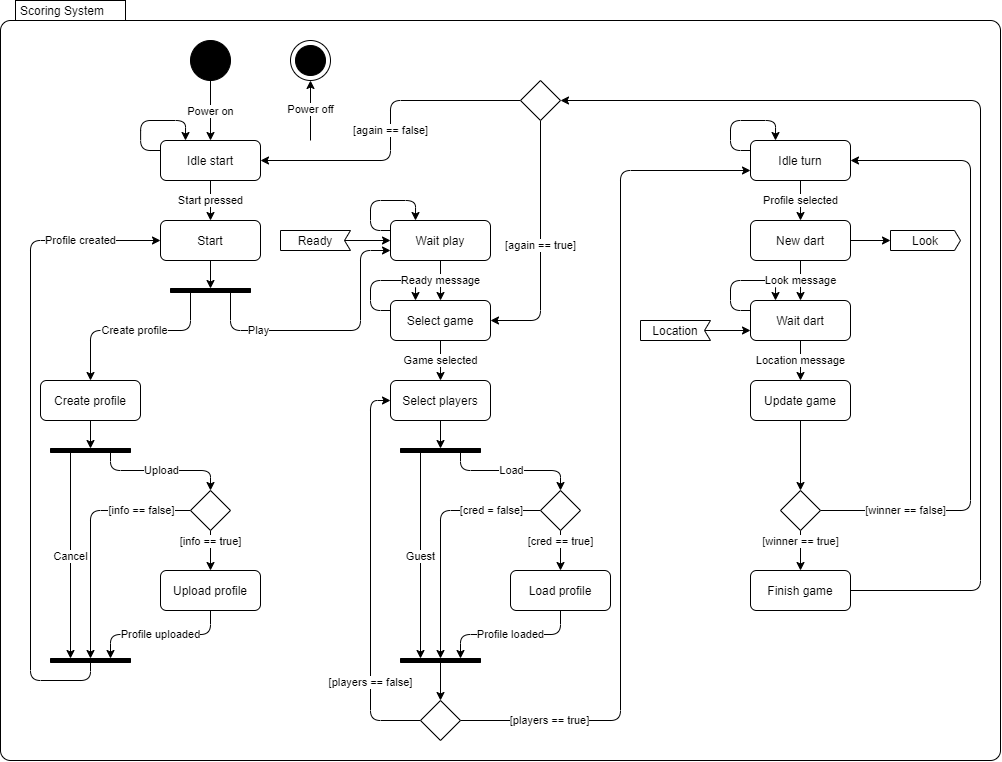
The draw.io diagram scoring/documentation/Scoring_System_State_Diagram.png in kparlak/dart-scoring-system, before a commit. Source tidied: cells renumbered, new cells last; positions are measured from the earlier drawing's top-left corner, leaving out a move shared by most shapes.
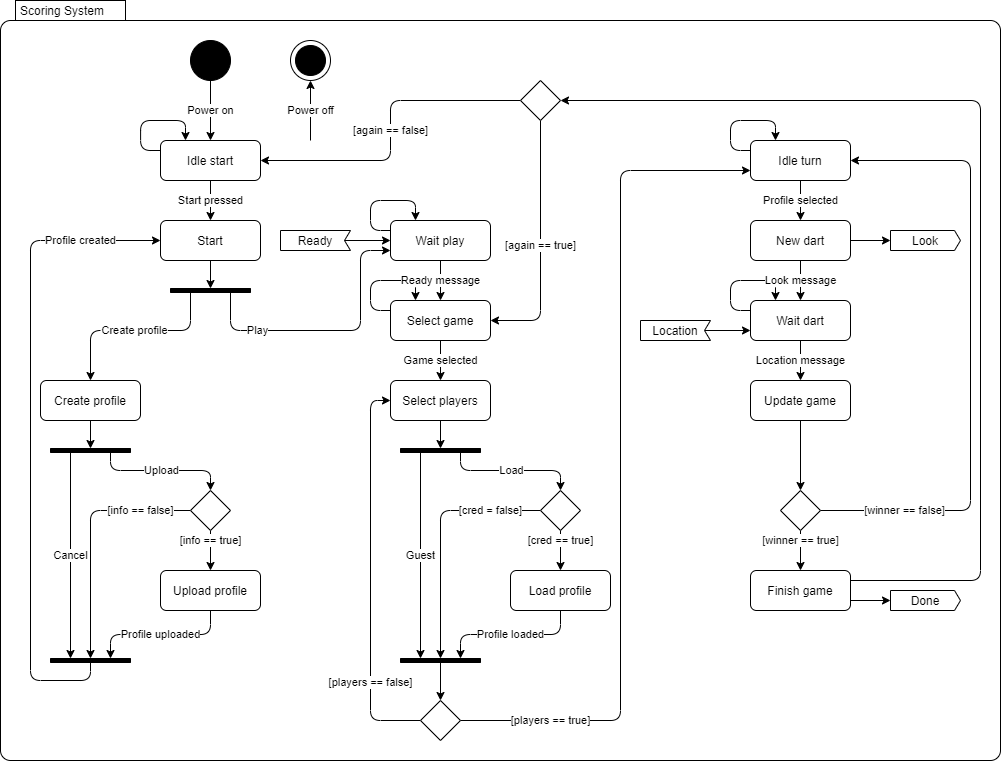
The same diagram one commit later.

Diff of the diagram source:
```diff
@@ -180,14 +180,17 @@
     <mxCell id="47" style="shape=rhombus;html=1;labelPosition=right;align=left;verticalAlign=middle;" parent="1" vertex="1">
       <mxGeometry x="780" y="490" width="40" height="40" as="geometry" />
     </mxCell>
-    <mxCell id="48" style="edgeStyle=orthogonalEdgeStyle;rounded=1;jettySize=auto;html=1;exitX=1;exitY=0.5;exitDx=0;exitDy=0;entryX=1;entryY=0.5;entryDx=0;entryDy=0;" parent="1" edge="1" source="49" target="66">
+    <mxCell id="48" style="edgeStyle=orthogonalEdgeStyle;rounded=1;jettySize=auto;html=1;exitX=1;exitY=0.25;exitDx=0;exitDy=0;entryX=1;entryY=0.5;entryDx=0;entryDy=0;" parent="1" edge="1" source="49" target="66">
       <mxGeometry relative="1" as="geometry">
         <Array as="points">
-          <mxPoint x="980" y="590" />
+          <mxPoint x="980" y="580" />
           <mxPoint x="980" y="100" />
         </Array>
       </mxGeometry>
     </mxCell>
+    <mxCell id="73" style="edgeStyle=orthogonalEdgeStyle;rounded=1;jettySize=auto;html=1;exitX=1;exitY=0.75;exitDx=0;exitDy=0;entryX=0;entryY=0.5;entryDx=0;entryDy=0;entryPerimeter=0;" parent="1" edge="1" source="49" target="74">
+      <mxGeometry relative="1" as="geometry" />
+    </mxCell>
     <mxCell id="49" value="Finish game" style="shape=rect;rounded=1;html=1;whiteSpace=wrap;align=center;" parent="1" vertex="1">
       <mxGeometry x="750" y="570" width="100" height="40" as="geometry" />
     </mxCell>
@@ -292,5 +295,8 @@
     <mxCell id="72" value="Look message" style="edgeStyle=orthogonalEdgeStyle;rounded=1;jettySize=auto;html=1;exitX=0.5;exitY=1;exitDx=0;exitDy=0;entryX=0.5;entryY=0;entryDx=0;entryDy=0;" parent="1" edge="1" source="37" target="40">
       <mxGeometry relative="1" as="geometry" />
     </mxCell>
+    <mxCell id="74" value="Done" style="shape=mxgraph.sysml.sendSigAct;whiteSpace=wrap;align=center;" parent="1" vertex="1">
+      <mxGeometry x="890" y="590" width="70" height="20" as="geometry" />
+    </mxCell>
   </root>
 </mxGraphModel>
```
